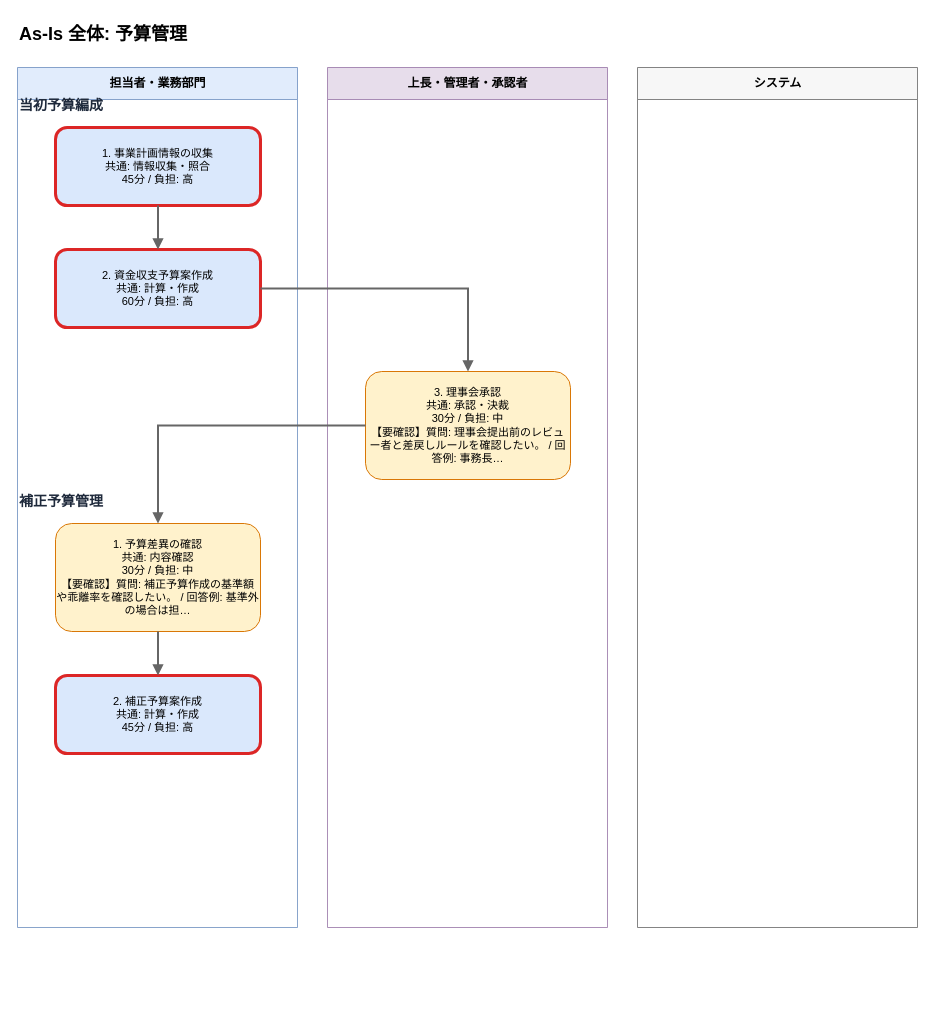
Toshiki811/ai-business-analysis-heatmap keeps this draw.io diagram as output/flows/asis_予算管理_20260608.drawio. Above is the earlier version. Source tidied: cells renumbered, new cells numbered last; positions are measured from the earlier drawing's top-left corner, leaving out a move shared by most shapes. Both pictures are drawn from the tidied source at 100%, with x=0, y=0 at pixel (17, 17).
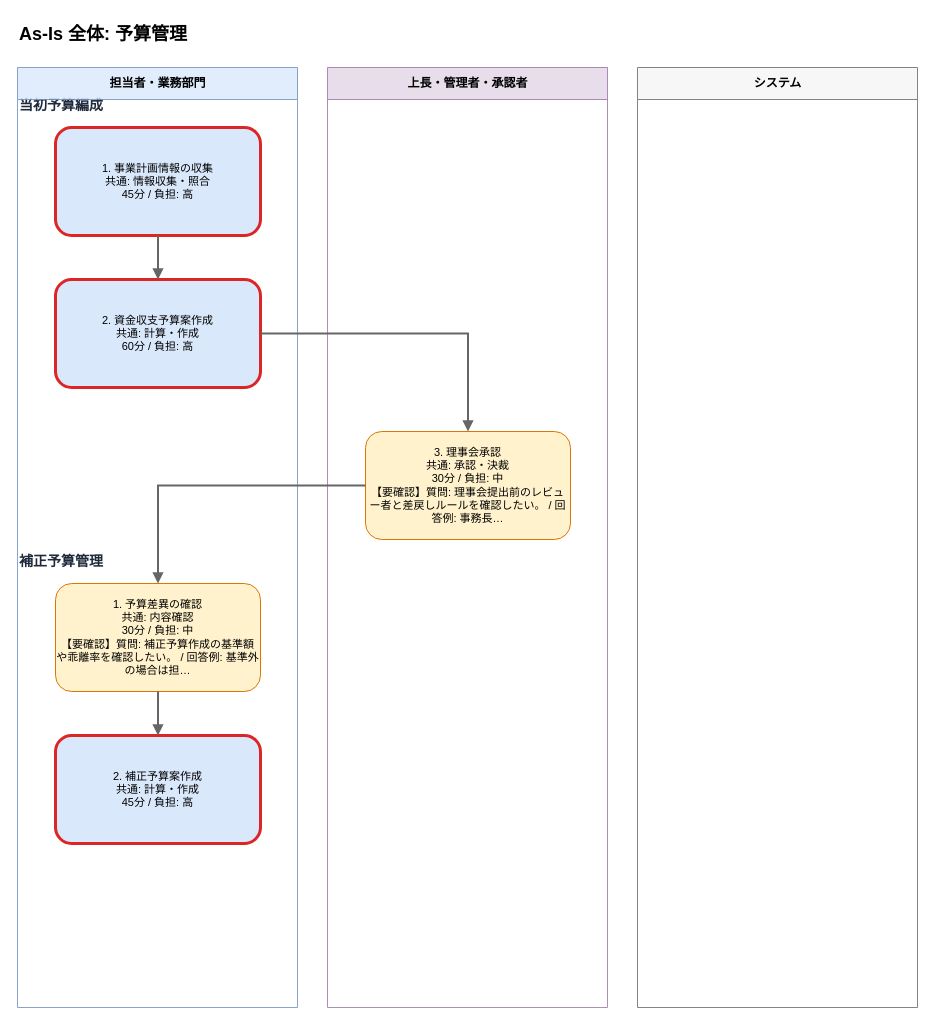
The same diagram, later.

The edit, as a diff of the source:
```diff
@@
 <mxGraphModel>
   <root>
     <mxCell id="0" />
     <mxCell id="1" parent="0" />
+    <mxCell id="6" value="当初予算編成" style="text;html=1;strokeColor=none;fillColor=none;align=left;verticalAlign=middle;whiteSpace=wrap;fontSize=14;fontStyle=1;fontColor=#1e293b;" parent="1" vertex="1">
+      <mxGeometry y="76" width="860" height="24" as="geometry" />
+    </mxCell>
+    <mxCell id="12" value="補正予算管理" style="text;html=1;strokeColor=none;fillColor=none;align=left;verticalAlign=middle;whiteSpace=wrap;fontSize=14;fontStyle=1;fontColor=#1e293b;" parent="1" vertex="1">
+      <mxGeometry y="532" width="860" height="24" as="geometry" />
+    </mxCell>
     <mxCell id="2" value="As-Is 全体: 予算管理" style="text;html=1;strokeColor=none;fillColor=none;align=left;fontSize=18;fontStyle=1;" parent="1" vertex="1">
       <mxGeometry width="880" height="30" as="geometry" />
     </mxCell>
     <mxCell id="3" value="担当者・業務部門" style="swimlane;horizontal=1;startSize=32;html=1;fillColor=#dae8fc;strokeColor=#6c8ebf;fontSize=12;fontStyle=1;opacity=80;" parent="1" vertex="1">
-      <mxGeometry y="50" width="280" height="860" as="geometry" />
+      <mxGeometry y="50" width="280" height="940" as="geometry" />
     </mxCell>
     <mxCell id="4" value="上長・管理者・承認者" style="swimlane;horizontal=1;startSize=32;html=1;fillColor=#e1d5e7;strokeColor=#9673a6;fontSize=12;fontStyle=1;opacity=80;" parent="1" vertex="1">
-      <mxGeometry x="310" y="50" width="280" height="860" as="geometry" />
+      <mxGeometry x="310" y="50" width="280" height="940" as="geometry" />
     </mxCell>
     <mxCell id="5" value="システム" style="swimlane;horizontal=1;startSize=32;html=1;fillColor=#f5f5f5;strokeColor=#666666;fontSize=12;fontStyle=1;opacity=80;" parent="1" vertex="1">
-      <mxGeometry x="620" y="50" width="280" height="860" as="geometry" />
+      <mxGeometry x="620" y="50" width="280" height="940" as="geometry" />
     </mxCell>
-    <mxCell id="6" value="当初予算編成" style="text;html=1;strokeColor=none;fillColor=none;align=left;verticalAlign=middle;whiteSpace=wrap;fontSize=14;fontStyle=1;fontColor=#1e293b;" parent="1" vertex="1">
-      <mxGeometry y="76" width="860" height="24" as="geometry" />
-    </mxCell>
     <mxCell id="7" value="1. 事業計画情報の収集&#10;共通: 情報収集・照合&#10;45分 / 負担: 高" style="rounded=1;whiteSpace=wrap;html=1;fillColor=#dae8fc;strokeColor=#dc2626;strokeWidth=3;fontSize=11;fontColor=#000000;" parent="1" vertex="1">
-      <mxGeometry x="38" y="110" width="205" height="78" as="geometry" />
+      <mxGeometry x="38" y="110" width="205" height="108" as="geometry" />
     </mxCell>
     <mxCell id="8" value="2. 資金収支予算案作成&#10;共通: 計算・作成&#10;60分 / 負担: 高" style="rounded=1;whiteSpace=wrap;html=1;fillColor=#dae8fc;strokeColor=#dc2626;strokeWidth=3;fontSize=11;fontColor=#000000;" parent="1" vertex="1">
-      <mxGeometry x="38" y="232" width="205" height="78" as="geometry" />
+      <mxGeometry x="38" y="262" width="205" height="108" as="geometry" />
     </mxCell>
+    <mxCell id="10" value="3. 理事会承認&#10;共通: 承認・決裁&#10;30分 / 負担: 中&#10;【要確認】質問: 理事会提出前のレビュー者と差戻しルールを確認したい。 / 回答例: 事務長…" style="rounded=1;whiteSpace=wrap;html=1;fillColor=#fff2cc;strokeColor=#d97706;strokeWidth=1;fontSize=11;fontColor=#000000;" parent="1" vertex="1">
+      <mxGeometry x="348" y="414" width="205" height="108" as="geometry" />
+    </mxCell>
+    <mxCell id="13" value="1. 予算差異の確認&#10;共通: 内容確認&#10;30分 / 負担: 中&#10;【要確認】質問: 補正予算作成の基準額や乖離率を確認したい。 / 回答例: 基準外の場合は担…" style="rounded=1;whiteSpace=wrap;html=1;fillColor=#fff2cc;strokeColor=#d97706;strokeWidth=1;fontSize=11;fontColor=#000000;" parent="1" vertex="1">
+      <mxGeometry x="38" y="566" width="205" height="108" as="geometry" />
+    </mxCell>
+    <mxCell id="15" value="2. 補正予算案作成&#10;共通: 計算・作成&#10;45分 / 負担: 高" style="rounded=1;whiteSpace=wrap;html=1;fillColor=#dae8fc;strokeColor=#dc2626;strokeWidth=3;fontSize=11;fontColor=#000000;" parent="1" vertex="1">
+      <mxGeometry x="38" y="718" width="205" height="108" as="geometry" />
+    </mxCell>
-    <mxCell id="9" style="edgeStyle=orthogonalEdgeStyle;rounded=0;html=1;strokeColor=#666666;strokeWidth=2;endArrow=block;endFill=1;" parent="1" edge="1" source="7" target="8">
+    <mxCell id="9" style="edgeStyle=orthogonalEdgeStyle;rounded=0;html=1;strokeColor=#666666;strokeWidth=2;endArrow=block;endFill=1;fontSize=11;fontColor=#1f2937;" parent="1" edge="1" source="7" target="8">
       <mxGeometry relative="1" as="geometry" />
     </mxCell>
-    <mxCell id="10" value="3. 理事会承認&#10;共通: 承認・決裁&#10;30分 / 負担: 中&#10;【要確認】質問: 理事会提出前のレビュー者と差戻しルールを確認したい。 / 回答例: 事務長…" style="rounded=1;whiteSpace=wrap;html=1;fillColor=#fff2cc;strokeColor=#d97706;strokeWidth=1;fontSize=11;fontColor=#000000;" parent="1" vertex="1">
-      <mxGeometry x="348" y="354" width="205" height="108" as="geometry" />
-    </mxCell>
-    <mxCell id="11" style="edgeStyle=orthogonalEdgeStyle;rounded=0;html=1;strokeColor=#666666;strokeWidth=2;endArrow=block;endFill=1;" parent="1" edge="1" source="8" target="10">
+    <mxCell id="11" style="edgeStyle=orthogonalEdgeStyle;rounded=0;html=1;strokeColor=#666666;strokeWidth=2;endArrow=block;endFill=1;fontSize=11;fontColor=#1f2937;" parent="1" edge="1" source="8" target="10">
       <mxGeometry relative="1" as="geometry" />
     </mxCell>
-    <mxCell id="12" value="補正予算管理" style="text;html=1;strokeColor=none;fillColor=none;align=left;verticalAlign=middle;whiteSpace=wrap;fontSize=14;fontStyle=1;fontColor=#1e293b;" parent="1" vertex="1">
-      <mxGeometry y="472" width="860" height="24" as="geometry" />
-    </mxCell>
-    <mxCell id="13" value="1. 予算差異の確認&#10;共通: 内容確認&#10;30分 / 負担: 中&#10;【要確認】質問: 補正予算作成の基準額や乖離率を確認したい。 / 回答例: 基準外の場合は担…" style="rounded=1;whiteSpace=wrap;html=1;fillColor=#fff2cc;strokeColor=#d97706;strokeWidth=1;fontSize=11;fontColor=#000000;" parent="1" vertex="1">
-      <mxGeometry x="38" y="506" width="205" height="108" as="geometry" />
-    </mxCell>
-    <mxCell id="14" style="edgeStyle=orthogonalEdgeStyle;rounded=0;html=1;strokeColor=#666666;strokeWidth=2;endArrow=block;endFill=1;" parent="1" edge="1" source="10" target="13">
+    <mxCell id="14" style="edgeStyle=orthogonalEdgeStyle;rounded=0;html=1;strokeColor=#666666;strokeWidth=2;endArrow=block;endFill=1;fontSize=11;fontColor=#1f2937;" parent="1" edge="1" source="10" target="13">
       <mxGeometry relative="1" as="geometry" />
     </mxCell>
-    <mxCell id="15" value="2. 補正予算案作成&#10;共通: 計算・作成&#10;45分 / 負担: 高" style="rounded=1;whiteSpace=wrap;html=1;fillColor=#dae8fc;strokeColor=#dc2626;strokeWidth=3;fontSize=11;fontColor=#000000;" parent="1" vertex="1">
-      <mxGeometry x="38" y="658" width="205" height="78" as="geometry" />
-    </mxCell>
-    <mxCell id="16" style="edgeStyle=orthogonalEdgeStyle;rounded=0;html=1;strokeColor=#666666;strokeWidth=2;endArrow=block;endFill=1;" parent="1" edge="1" source="13" target="15">
+    <mxCell id="16" style="edgeStyle=orthogonalEdgeStyle;rounded=0;html=1;strokeColor=#666666;strokeWidth=2;endArrow=block;endFill=1;fontSize=11;fontColor=#1f2937;" parent="1" edge="1" source="13" target="15">
       <mxGeometry relative="1" as="geometry" />
     </mxCell>
   </root>
 </mxGraphModel>
```
